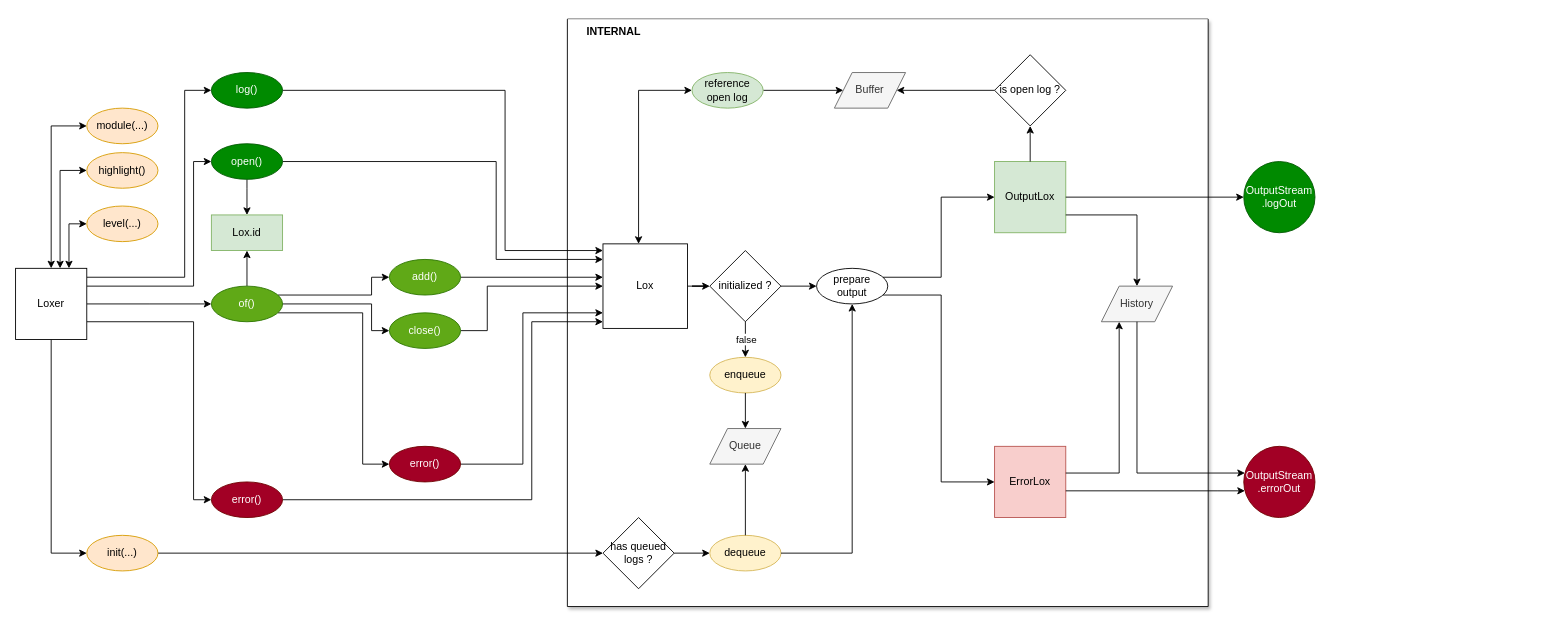
The draw.io diagram assets/dataflow.drawio in pcprinz/loxer, before the edit. Source tidied: cells renumbered, new cells numbered last; positions are measured from the earlier drawing's top-left corner, leaving out a move shared by most shapes. Both pictures are drawn from the tidied source at 89%, with x=0, y=0 at pixel (15, 19).
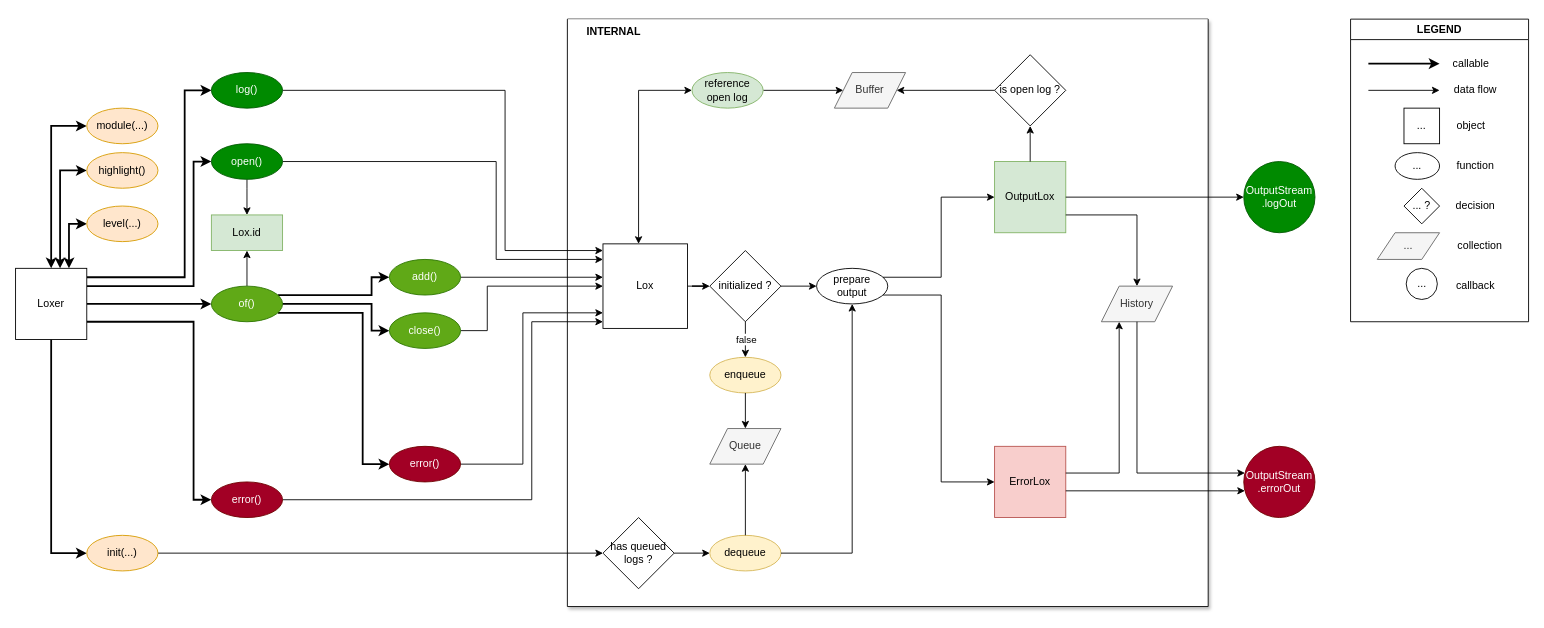
The same page after the edit.

Unchanged cells that the change refers to:
```xml
<mxCell id="33" value="log()" style="ellipse;whiteSpace=wrap;html=1;fillColor=#008a00;strokeColor=#005700;fontColor=#ffffff;" parent="1" vertex="1">
  <mxGeometry x="220" y="60" width="80" height="40" as="geometry" />
</mxCell>
<mxCell id="35" value="error()" style="ellipse;whiteSpace=wrap;html=1;fillColor=#a20025;strokeColor=#6F0000;fontColor=#ffffff;" parent="1" vertex="1">
  <mxGeometry x="220" y="520" width="80" height="40" as="geometry" />
</mxCell>
<mxCell id="38" value="open()" style="ellipse;whiteSpace=wrap;html=1;fillColor=#008a00;strokeColor=#005700;fontColor=#ffffff;" parent="1" vertex="1">
  <mxGeometry x="220" y="140" width="80" height="40" as="geometry" />
</mxCell>
<mxCell id="43" value="of()" style="ellipse;whiteSpace=wrap;html=1;fillColor=#60a917;strokeColor=#2D7600;fontColor=#ffffff;" parent="1" vertex="1">
  <mxGeometry x="220" y="300" width="80" height="40" as="geometry" />
</mxCell>
<mxCell id="45" value="add()" style="ellipse;whiteSpace=wrap;html=1;sketch=0;fillColor=#60a917;strokeColor=#2D7600;fontColor=#ffffff;" parent="1" vertex="1">
  <mxGeometry x="420" y="270" width="80" height="40" as="geometry" />
</mxCell>
<mxCell id="47" value="close()" style="ellipse;whiteSpace=wrap;html=1;fillColor=#60a917;strokeColor=#2D7600;fontColor=#ffffff;" parent="1" vertex="1">
  <mxGeometry x="420" y="330" width="80" height="40" as="geometry" />
</mxCell>
<mxCell id="49" value="error()" style="ellipse;whiteSpace=wrap;html=1;fillColor=#a20025;strokeColor=#6F0000;fontColor=#ffffff;" parent="1" vertex="1">
  <mxGeometry x="420" y="480" width="80" height="40" as="geometry" />
</mxCell>
<mxCell id="59" value="Loxer" style="whiteSpace=wrap;html=1;" parent="1" vertex="1">
  <mxGeometry y="280" width="80" height="80" as="geometry" />
</mxCell>
<mxCell id="60" value="highlight()" style="ellipse;whiteSpace=wrap;html=1;fillColor=#ffe6cc;strokeColor=#d79b00;" parent="1" vertex="1">
  <mxGeometry x="80" y="150" width="80" height="40" as="geometry" />
</mxCell>
<mxCell id="61" value="level(...)" style="ellipse;whiteSpace=wrap;html=1;fillColor=#ffe6cc;strokeColor=#d79b00;" parent="1" vertex="1">
  <mxGeometry x="80" y="210" width="80" height="40" as="geometry" />
</mxCell>
<mxCell id="62" value="module(...)" style="ellipse;whiteSpace=wrap;html=1;fillColor=#ffe6cc;strokeColor=#d79b00;" parent="1" vertex="1">
  <mxGeometry x="80" y="100" width="80" height="40" as="geometry" />
</mxCell>
<mxCell id="68" value="init(...)" style="ellipse;whiteSpace=wrap;html=1;fillColor=#ffe6cc;strokeColor=#d79b00;" parent="1" vertex="1">
  <mxGeometry x="80" y="580" width="80" height="40" as="geometry" />
</mxCell>
```

What changed in the source:
```diff
@@
-    <mxCell id="39" style="edgeStyle=orthogonalEdgeStyle;rounded=0;jettySize=auto;html=1;" parent="1" edge="1" source="43" target="45">
+    <mxCell id="39" style="edgeStyle=orthogonalEdgeStyle;rounded=0;jettySize=auto;html=1;strokeWidth=2;" parent="1" edge="1" source="43" target="45">
       <mxGeometry relative="1" as="geometry">
         <Array as="points">
           <mxPoint x="400" y="310" />
           <mxPoint x="400" y="290" />
         </Array>
       </mxGeometry>
     </mxCell>
-    <mxCell id="40" style="edgeStyle=orthogonalEdgeStyle;rounded=0;jettySize=auto;html=1;" parent="1" edge="1" source="43" target="47">
+    <mxCell id="40" style="edgeStyle=orthogonalEdgeStyle;rounded=0;jettySize=auto;html=1;strokeWidth=2;" parent="1" edge="1" source="43" target="47">
       <mxGeometry relative="1" as="geometry">
         <Array as="points">
           <mxPoint x="400" y="320" />
           <mxPoint x="400" y="350" />
         </Array>
       </mxGeometry>
     </mxCell>
-    <mxCell id="41" style="edgeStyle=orthogonalEdgeStyle;rounded=0;jettySize=auto;html=1;" parent="1" edge="1" source="43" target="49">
+    <mxCell id="41" style="edgeStyle=orthogonalEdgeStyle;rounded=0;jettySize=auto;html=1;strokeWidth=2;" parent="1" edge="1" source="43" target="49">
       <mxGeometry relative="1" as="geometry">
         <Array as="points">
           <mxPoint x="390" y="330" />
           <mxPoint x="390" y="500" />
         </Array>
       </mxGeometry>
     </mxCell>
@@
-    <mxCell id="51" style="edgeStyle=orthogonalEdgeStyle;rounded=0;jettySize=auto;html=1;startArrow=classic;startFill=1;entryX=0;entryY=0.5;entryDx=0;entryDy=0;exitX=0.75;exitY=0;exitDx=0;exitDy=0;" parent="1" edge="1" source="59" target="61">
+    <mxCell id="51" style="edgeStyle=orthogonalEdgeStyle;rounded=0;jettySize=auto;html=1;startArrow=classic;startFill=1;entryX=0;entryY=0.5;entryDx=0;entryDy=0;exitX=0.75;exitY=0;exitDx=0;exitDy=0;strokeWidth=2;" parent="1" edge="1" source="59" target="61">
       <mxGeometry relative="1" as="geometry">
         <Array as="points">
           <mxPoint x="60" y="230" />
         </Array>
       </mxGeometry>
     </mxCell>
-    <mxCell id="52" style="edgeStyle=orthogonalEdgeStyle;rounded=0;jettySize=auto;html=1;startArrow=classic;startFill=1;entryX=0;entryY=0.5;entryDx=0;entryDy=0;" parent="1" edge="1" source="59" target="62">
+    <mxCell id="52" style="edgeStyle=orthogonalEdgeStyle;rounded=0;jettySize=auto;html=1;startArrow=classic;startFill=1;entryX=0;entryY=0.5;entryDx=0;entryDy=0;strokeWidth=2;" parent="1" edge="1" source="59" target="62">
       <mxGeometry relative="1" as="geometry">
         <Array as="points">
           <mxPoint x="40" y="120" />
         </Array>
       </mxGeometry>
     </mxCell>
-    <mxCell id="53" style="edgeStyle=orthogonalEdgeStyle;rounded=0;jettySize=auto;html=1;startArrow=classic;startFill=1;entryX=0;entryY=0.5;entryDx=0;entryDy=0;" parent="1" edge="1" source="59" target="60">
+    <mxCell id="53" style="edgeStyle=orthogonalEdgeStyle;rounded=0;jettySize=auto;html=1;startArrow=classic;startFill=1;entryX=0;entryY=0.5;entryDx=0;entryDy=0;strokeWidth=2;" parent="1" edge="1" source="59" target="60">
       <mxGeometry relative="1" as="geometry">
         <Array as="points">
           <mxPoint x="50" y="170" />
         </Array>
       </mxGeometry>
     </mxCell>
-    <mxCell id="54" style="edgeStyle=orthogonalEdgeStyle;rounded=0;jettySize=auto;html=1;entryX=0;entryY=0.5;entryDx=0;entryDy=0;startArrow=none;startFill=0;" parent="1" edge="1" source="59" target="38">
+    <mxCell id="54" style="edgeStyle=orthogonalEdgeStyle;rounded=0;jettySize=auto;html=1;entryX=0;entryY=0.5;entryDx=0;entryDy=0;startArrow=none;startFill=0;strokeWidth=2;" parent="1" edge="1" source="59" target="38">
       <mxGeometry relative="1" as="geometry">
         <Array as="points">
           <mxPoint x="200" y="300" />
           <mxPoint x="200" y="160" />
         </Array>
       </mxGeometry>
     </mxCell>
-    <mxCell id="55" style="edgeStyle=orthogonalEdgeStyle;rounded=0;jettySize=auto;html=1;entryX=0;entryY=0.5;entryDx=0;entryDy=0;startArrow=none;startFill=0;" parent="1" edge="1" source="59" target="33">
+    <mxCell id="55" style="edgeStyle=orthogonalEdgeStyle;rounded=0;jettySize=auto;html=1;entryX=0;entryY=0.5;entryDx=0;entryDy=0;startArrow=none;startFill=0;strokeWidth=2;" parent="1" edge="1" source="59" target="33">
       <mxGeometry relative="1" as="geometry">
         <Array as="points">
           <mxPoint x="190" y="290" />
           <mxPoint x="190" y="80" />
         </Array>
       </mxGeometry>
     </mxCell>
-    <mxCell id="56" style="edgeStyle=orthogonalEdgeStyle;rounded=0;jettySize=auto;html=1;entryX=0;entryY=0.5;entryDx=0;entryDy=0;startArrow=none;startFill=0;" parent="1" edge="1" source="59" target="43">
+    <mxCell id="56" style="edgeStyle=orthogonalEdgeStyle;rounded=0;jettySize=auto;html=1;entryX=0;entryY=0.5;entryDx=0;entryDy=0;startArrow=none;startFill=0;strokeWidth=2;" parent="1" edge="1" source="59" target="43">
       <mxGeometry relative="1" as="geometry">
         <Array as="points">
           <mxPoint x="150" y="320" />
           <mxPoint x="150" y="320" />
         </Array>
       </mxGeometry>
     </mxCell>
-    <mxCell id="57" style="edgeStyle=orthogonalEdgeStyle;rounded=0;jettySize=auto;html=1;entryX=0;entryY=0.5;entryDx=0;entryDy=0;startArrow=none;startFill=0;" parent="1" edge="1" source="59" target="35">
+    <mxCell id="57" style="edgeStyle=orthogonalEdgeStyle;rounded=0;jettySize=auto;html=1;entryX=0;entryY=0.5;entryDx=0;entryDy=0;startArrow=none;startFill=0;strokeWidth=2;" parent="1" edge="1" source="59" target="35">
       <mxGeometry relative="1" as="geometry">
         <Array as="points">
           <mxPoint x="200" y="340" />
           <mxPoint x="200" y="540" />
         </Array>
       </mxGeometry>
     </mxCell>
-    <mxCell id="58" style="edgeStyle=orthogonalEdgeStyle;rounded=0;jettySize=auto;html=1;entryX=0;entryY=0.5;entryDx=0;entryDy=0;startArrow=none;startFill=0;" parent="1" edge="1" source="59" target="68">
+    <mxCell id="58" style="edgeStyle=orthogonalEdgeStyle;rounded=0;jettySize=auto;html=1;entryX=0;entryY=0.5;entryDx=0;entryDy=0;startArrow=none;startFill=0;strokeWidth=2;" parent="1" edge="1" source="59" target="68">
       <mxGeometry relative="1" as="geometry">
         <Array as="points">
           <mxPoint x="40" y="600" />
         </Array>
       </mxGeometry>
     </mxCell>
@@
+    <mxCell id="70" value="LEGEND" style="swimlane;" parent="1" vertex="1">
+      <mxGeometry x="1500" width="200" height="340" as="geometry" />
+    </mxCell>
+    <mxCell id="71" style="edgeStyle=orthogonalEdgeStyle;rounded=0;orthogonalLoop=1;jettySize=auto;html=1;startArrow=none;startFill=0;strokeWidth=2;" parent="70" edge="1">
+      <mxGeometry relative="1" as="geometry">
+        <mxPoint x="20" y="50" as="sourcePoint" />
+        <mxPoint x="100" y="50" as="targetPoint" />
+        <Array as="points">
+          <mxPoint x="60" y="50" />
+        </Array>
+      </mxGeometry>
+    </mxCell>
+    <mxCell id="72" style="edgeStyle=orthogonalEdgeStyle;rounded=0;orthogonalLoop=1;jettySize=auto;html=1;startArrow=none;startFill=0;" parent="70" edge="1">
+      <mxGeometry relative="1" as="geometry">
+        <mxPoint x="20" y="80" as="sourcePoint" />
+        <mxPoint x="100" y="80" as="targetPoint" />
+      </mxGeometry>
+    </mxCell>
+    <mxCell id="73" value="..." style="whiteSpace=wrap;html=1;" parent="70" vertex="1">
+      <mxGeometry x="60" y="100" width="40" height="40" as="geometry" />
+    </mxCell>
+    <mxCell id="74" value="..." style="ellipse;whiteSpace=wrap;html=1;" parent="70" vertex="1">
+      <mxGeometry x="50" y="150" width="50" height="30" as="geometry" />
+    </mxCell>
+    <mxCell id="75" value="... ?" style="rhombus;whiteSpace=wrap;html=1;" parent="70" vertex="1">
+      <mxGeometry x="60" y="190" width="40" height="40" as="geometry" />
+    </mxCell>
+    <mxCell id="76" value="..." style="shape=parallelogram;perimeter=parallelogramPerimeter;whiteSpace=wrap;html=1;fixedSize=1;fillColor=#f5f5f5;strokeColor=#666666;fontColor=#333333;" parent="70" vertex="1">
+      <mxGeometry x="30" y="240" width="70" height="30" as="geometry" />
+    </mxCell>
+    <mxCell id="77" value="..." style="ellipse;whiteSpace=wrap;html=1;" parent="70" vertex="1">
+      <mxGeometry x="62.5" y="280" width="35" height="35" as="geometry" />
+    </mxCell>
+    <mxCell id="78" value="callable" style="text;html=1;align=center;verticalAlign=middle;strokeColor=none;fillColor=none;" parent="70" vertex="1">
+      <mxGeometry x="105" y="40" width="60" height="20" as="geometry" />
+    </mxCell>
+    <mxCell id="79" value="data flow" style="text;html=1;align=center;verticalAlign=middle;strokeColor=none;fillColor=none;" parent="70" vertex="1">
+      <mxGeometry x="110" y="70" width="60" height="20" as="geometry" />
+    </mxCell>
+    <mxCell id="80" value="object" style="text;html=1;align=center;verticalAlign=middle;strokeColor=none;fillColor=none;" parent="70" vertex="1">
+      <mxGeometry x="110" y="110" width="50" height="20" as="geometry" />
+    </mxCell>
+    <mxCell id="81" value="function" style="text;html=1;align=center;verticalAlign=middle;strokeColor=none;fillColor=none;" parent="70" vertex="1">
+      <mxGeometry x="110" y="155" width="60" height="20" as="geometry" />
+    </mxCell>
+    <mxCell id="82" value="decision" style="text;html=1;align=center;verticalAlign=middle;strokeColor=none;fillColor=none;" parent="70" vertex="1">
+      <mxGeometry x="110" y="200" width="60" height="20" as="geometry" />
+    </mxCell>
+    <mxCell id="83" value="collection" style="text;html=1;align=center;verticalAlign=middle;strokeColor=none;fillColor=none;" parent="70" vertex="1">
+      <mxGeometry x="110" y="245" width="70" height="20" as="geometry" />
+    </mxCell>
+    <mxCell id="84" value="callback" style="text;html=1;align=center;verticalAlign=middle;strokeColor=none;fillColor=none;" parent="70" vertex="1">
+      <mxGeometry x="110" y="290" width="60" height="20" as="geometry" />
+    </mxCell>
```
